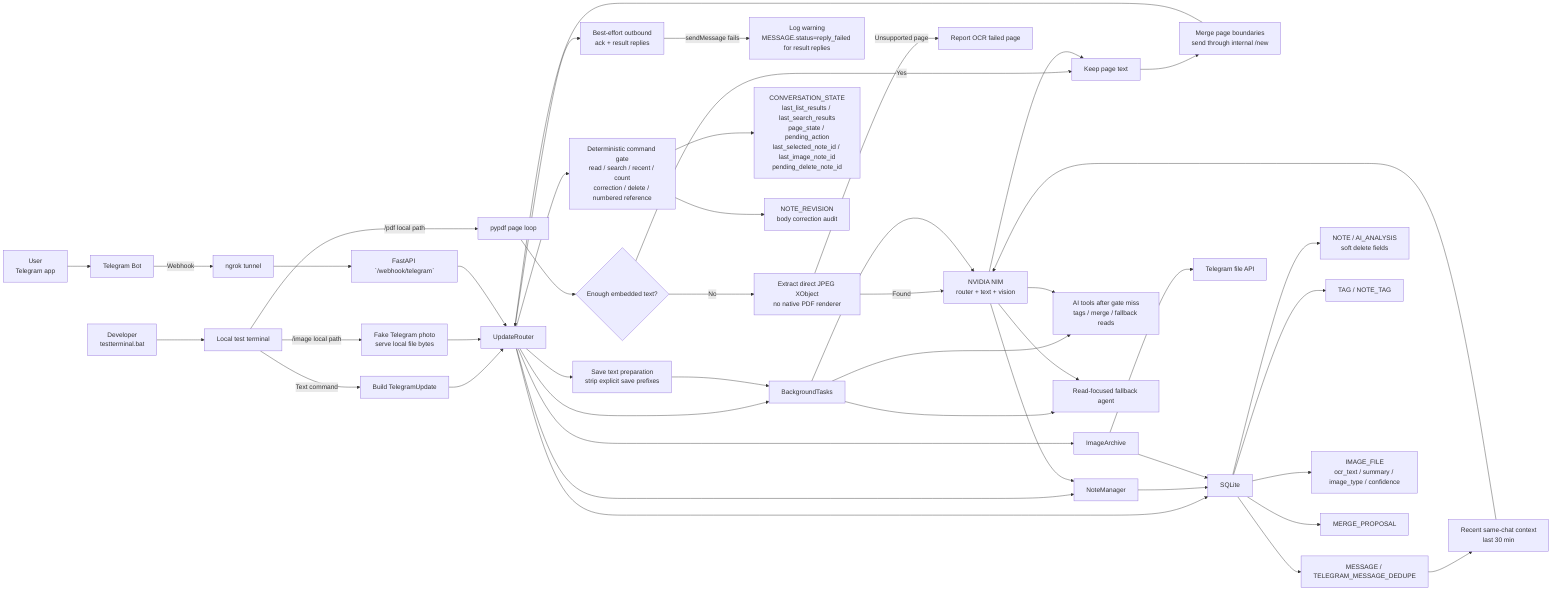
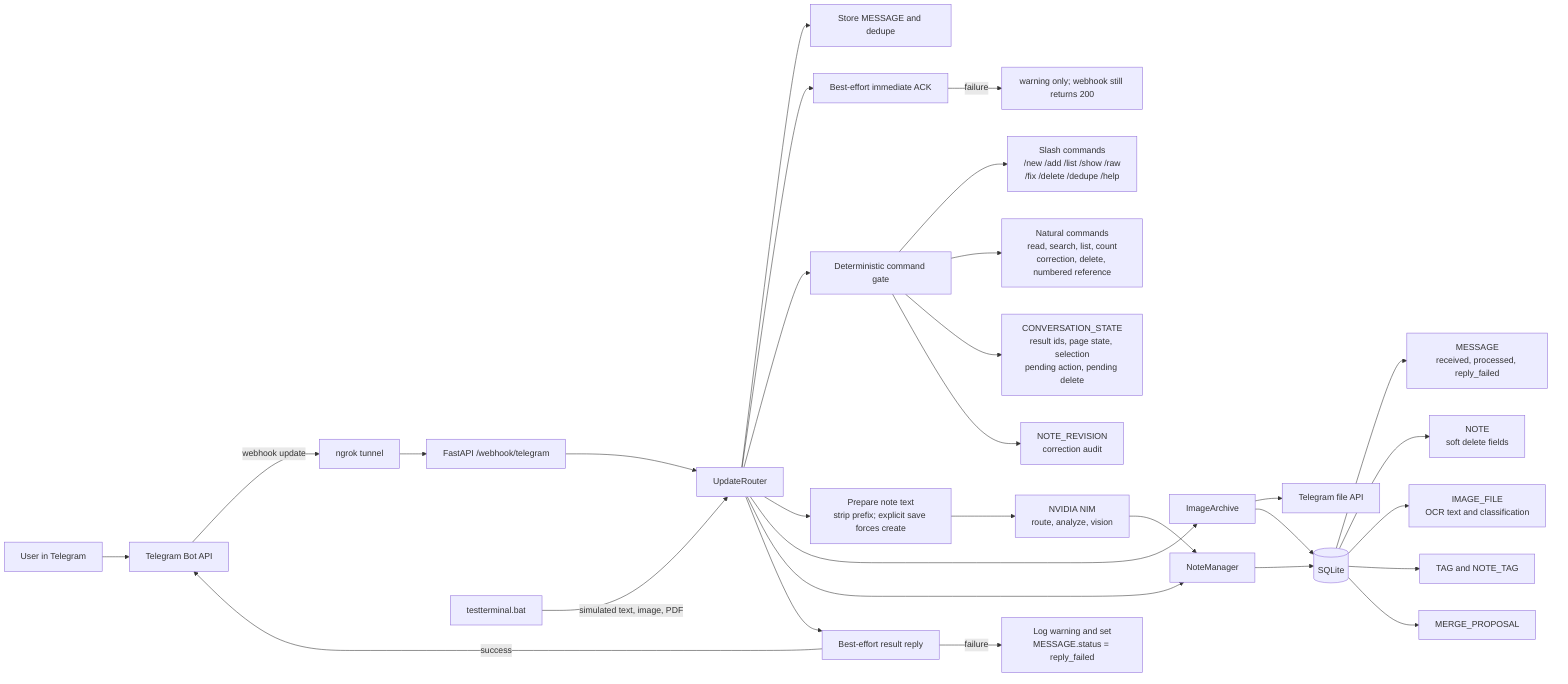
flowchart LR
-     User["User<br/>Telegram app"] --> Bot["Telegram Bot"]
-     Bot -->|Webhook| Tunnel["ngrok tunnel"]
-     Tunnel --> API["FastAPI `/webhook/telegram`"]
+     User["User in Telegram"] --> Telegram["Telegram Bot API"]
+     Telegram -->|webhook update| Tunnel["ngrok tunnel"]
+     Tunnel --> API["FastAPI /webhook/telegram"]
+     API --> Router["UpdateRouter"]

-     Tester["Developer<br/>testterminal.bat"] --> Terminal["Local test terminal"]
-     Terminal -->|Text command| LocalText["Build TelegramUpdate"]
-     LocalText --> Router
-     Terminal -->|/image local path| LocalPhoto["Fake Telegram photo<br/>serve local file bytes"]
-     LocalPhoto --> Router
-     Terminal -->|/pdf local path| LocalPDF["pypdf page loop"]
-     LocalPDF --> EmbeddedCheck{"Enough embedded text?"}
-     EmbeddedCheck -->|Yes| PdfPageText["Keep page text"]
-     EmbeddedCheck -->|No| JpegExtract["Extract direct JPEG XObject<br/>no native PDF renderer"]
-     JpegExtract -->|Found| NIM
-     JpegExtract -->|Unsupported page| PdfFailed["Report OCR failed page"]
-     NIM --> PdfPageText
-     PdfPageText --> PdfNew["Merge page boundaries<br/>send through internal /new"]
-     PdfNew --> Router
+     Terminal["testterminal.bat"] -->|simulated text, image, PDF| Router

-     API --> Router["UpdateRouter"]
-     Router --> Ack["Best-effort outbound<br/>ack + result replies"]
-     Ack -->|sendMessage fails| ReplyFailed["Log warning<br/>MESSAGE.status=reply_failed for result replies"]
-     Router --> BG["BackgroundTasks"]
-     Router --> Gate["Deterministic command gate<br/>read / search / recent / count<br/>correction / delete / numbered reference"]
-     Router --> Prep["Save text preparation<br/>strip explicit save prefixes"]
+     Router --> Store["Store MESSAGE and dedupe"]
+     Router --> Ack["Best-effort immediate ACK"]
+     Ack -->|failure| AckLog["warning only; webhook still returns 200"]
+     Router --> Gate["Deterministic command gate"]
+     Gate --> Slash["Slash commands<br/>/new /add /list /show /raw<br/>/fix /delete /dedupe /help"]
+     Gate --> Natural["Natural commands<br/>read, search, list, count<br/>correction, delete, numbered reference"]
+     Gate --> State["CONVERSATION_STATE<br/>result ids, page state, selection<br/>pending action, pending delete"]
+     Gate --> Revision["NOTE_REVISION<br/>correction audit"]
+ 
+     Router --> Prep["Prepare note text<br/>strip prefix; explicit save forces create"]
+     Prep --> AI["NVIDIA NIM<br/>route, analyze, vision"]
    Router --> Archive["ImageArchive"]
+     Archive --> FileAPI["Telegram file API"]
+ 
    Router --> Manager["NoteManager"]
-     Router --> DB["SQLite"]
+     Manager --> DB[("SQLite")]
+     Archive --> DB
+     AI --> Manager

-     Gate --> State["CONVERSATION_STATE<br/>last_list_results / last_search_results<br/>page_state / pending_action<br/>last_selected_note_id / last_image_note_id<br/>pending_delete_note_id"]
-     Gate --> Revisions["NOTE_REVISION<br/>body correction audit"]
-     Prep --> BG
-     BG --> NIM["NVIDIA NIM<br/>router + text + vision"]
-     BG --> FastTools["AI tools after gate miss<br/>tags / merge / fallback reads"]
-     BG --> AgentFallback["Read-focused fallback agent"]
- 
-     Manager --> DB
-     Archive --> TGFile["Telegram file API"]
-     Archive --> DB
-     NIM --> Manager
-     NIM --> FastTools
-     NIM --> AgentFallback
- 
-     DB --> Msg["MESSAGE / TELEGRAM_MESSAGE_DEDUPE"]
-     DB --> Notes["NOTE / AI_ANALYSIS<br/>soft delete fields"]
-     DB --> Tags["TAG / NOTE_TAG"]
-     DB --> Media["IMAGE_FILE<br/>ocr_text / summary / image_type / confidence"]
+     DB --> Message["MESSAGE<br/>received, processed, reply_failed"]
+     DB --> Note["NOTE<br/>soft delete fields"]
+     DB --> Image["IMAGE_FILE<br/>OCR text and classification"]
+     DB --> Tags["TAG and NOTE_TAG"]
    DB --> Merge["MERGE_PROPOSAL"]

-     Msg --> Context["Recent same-chat context<br/>last 30 min"]
-     Context --> NIM
+     Router --> Reply["Best-effort result reply"]
+     Reply -->|success| Telegram
+     Reply -->|failure| ReplyFailed["Log warning and set<br/>MESSAGE.status = reply_failed"]